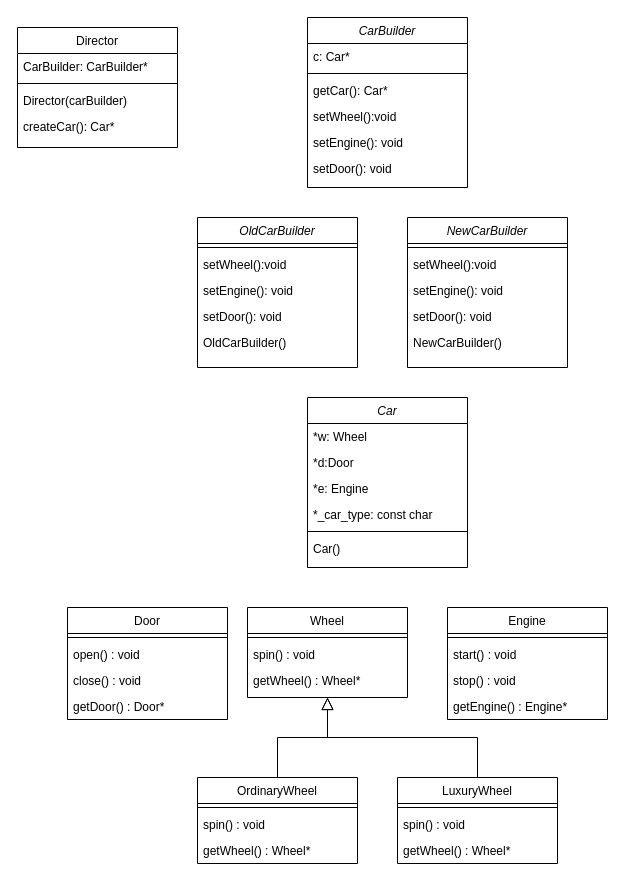
Before: Builder.drawio in sachinpalande/Design-Patterns, a draw.io diagram. Source tidied: cells renumbered, new cells numbered last; positions are measured from the earlier drawing's top-left corner, leaving out a move shared by most shapes. Both pictures are drawn from the tidied source at 100%, with x=0, y=0 at pixel (17, 17).
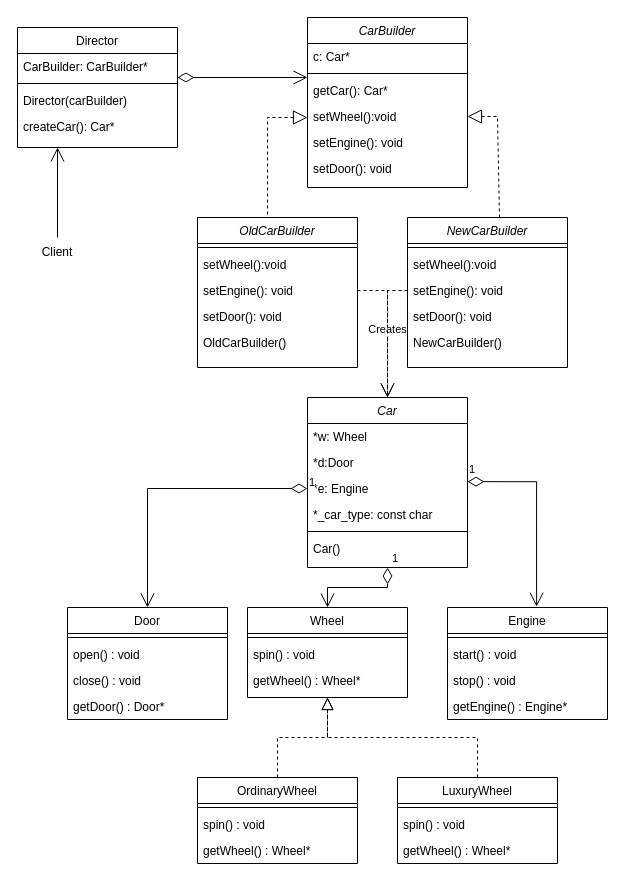
Above is the later version.

Unchanged cells that the change refers to:
```xml
<mxCell id="2" value="Director" style="swimlane;fontStyle=0;align=center;verticalAlign=top;horizontal=1;startSize=26;rounded=0;shadow=0;strokeWidth=1;" parent="1" vertex="1">
  <mxGeometry y="10" width="160" height="120" as="geometry" />
</mxCell>
<mxCell id="7" value="Car" style="swimlane;fontStyle=2;align=center;verticalAlign=top;horizontal=1;startSize=26;rounded=0;shadow=0;strokeWidth=1;" parent="1" vertex="1">
  <mxGeometry x="290" y="380" width="160" height="170" as="geometry" />
</mxCell>
<mxCell id="10" value="*e: Engine" style="text;align=left;verticalAlign=top;spacingLeft=4;spacingRight=4;overflow=hidden;points=[[0,0.5],[1,0.5]];portConstraint=eastwest;rounded=0;shadow=0;html=0;" parent="7" vertex="1">
  <mxGeometry y="78" width="160" height="26" as="geometry" />
</mxCell>
<mxCell id="14" value="Wheel" style="swimlane;fontStyle=0;align=center;verticalAlign=top;horizontal=1;startSize=26;rounded=0;shadow=0;strokeWidth=1;" parent="1" vertex="1">
  <mxGeometry x="230" y="590" width="160" height="90" as="geometry" />
</mxCell>
<mxCell id="17" value="getWheel() : Wheel*" style="text;align=left;verticalAlign=top;spacingLeft=4;spacingRight=4;overflow=hidden;points=[[0,0.5],[1,0.5]];portConstraint=eastwest;" parent="14" vertex="1">
  <mxGeometry y="60" width="160" height="26" as="geometry" />
</mxCell>
<mxCell id="18" value="LuxuryWheel" style="swimlane;fontStyle=0;align=center;verticalAlign=top;horizontal=1;startSize=26;rounded=0;shadow=0;strokeWidth=1;" parent="1" vertex="1">
  <mxGeometry x="380" y="760" width="160" height="86" as="geometry" />
</mxCell>
<mxCell id="22" value="OrdinaryWheel" style="swimlane;fontStyle=0;align=center;verticalAlign=top;horizontal=1;startSize=26;rounded=0;shadow=0;strokeWidth=1;" parent="1" vertex="1">
  <mxGeometry x="180" y="760" width="160" height="86" as="geometry" />
</mxCell>
<mxCell id="26" value="Door" style="swimlane;fontStyle=0;align=center;verticalAlign=top;horizontal=1;startSize=26;rounded=0;shadow=0;strokeWidth=1;" parent="1" vertex="1">
  <mxGeometry x="50" y="590" width="160" height="112" as="geometry" />
</mxCell>
<mxCell id="31" value="Engine" style="swimlane;fontStyle=0;align=center;verticalAlign=top;horizontal=1;startSize=26;rounded=0;shadow=0;strokeWidth=1;" parent="1" vertex="1">
  <mxGeometry x="430" y="590" width="160" height="112" as="geometry" />
</mxCell>
<mxCell id="40" value="setWheel():void " style="text;align=left;verticalAlign=top;spacingLeft=4;spacingRight=4;overflow=hidden;points=[[0,0.5],[1,0.5]];portConstraint=eastwest;rounded=0;shadow=0;html=0;" parent="36" vertex="1">
  <mxGeometry y="86" width="160" height="26" as="geometry" />
</mxCell>
<mxCell id="46" value="setEngine(): void" style="text;align=left;verticalAlign=top;spacingLeft=4;spacingRight=4;overflow=hidden;points=[[0,0.5],[1,0.5]];portConstraint=eastwest;rounded=0;shadow=0;html=0;" parent="43" vertex="1">
  <mxGeometry y="60" width="160" height="26" as="geometry" />
</mxCell>
<mxCell id="52" value="setEngine(): void" style="text;align=left;verticalAlign=top;spacingLeft=4;spacingRight=4;overflow=hidden;points=[[0,0.5],[1,0.5]];portConstraint=eastwest;rounded=0;shadow=0;html=0;" parent="49" vertex="1">
  <mxGeometry y="60" width="160" height="26" as="geometry" />
</mxCell>
```

The edit, as a diff of the source:
```diff
@@
-    <mxCell id="55" style="endArrow=block;endSize=10;endFill=0;shadow=0;strokeWidth=1;rounded=0;edgeStyle=elbowEdgeStyle;elbow=vertical;exitX=0.5;exitY=0;exitDx=0;exitDy=0;entryX=0.5;entryY=1.154;entryDx=0;entryDy=0;entryPerimeter=0;" parent="1" edge="1" source="22" target="17">
+    <mxCell id="55" style="endArrow=block;endSize=10;endFill=0;shadow=0;strokeWidth=1;rounded=0;edgeStyle=elbowEdgeStyle;elbow=vertical;exitX=0.5;exitY=0;exitDx=0;exitDy=0;entryX=0.5;entryY=1.154;entryDx=0;entryDy=0;entryPerimeter=0;dashed=1;" parent="1" edge="1" source="22" target="17">
       <mxGeometry relative="1" as="geometry" />
     </mxCell>
-    <mxCell id="56" style="endArrow=block;endSize=10;endFill=0;shadow=0;strokeWidth=1;rounded=0;edgeStyle=elbowEdgeStyle;elbow=vertical;exitX=0.5;exitY=0;exitDx=0;exitDy=0;" parent="1" edge="1" source="18">
+    <mxCell id="56" style="endArrow=block;endSize=10;endFill=0;shadow=0;strokeWidth=1;rounded=0;edgeStyle=elbowEdgeStyle;elbow=vertical;exitX=0.5;exitY=0;exitDx=0;exitDy=0;dashed=1;" parent="1" edge="1" source="18">
       <mxGeometry relative="1" as="geometry">
         <mxPoint x="310" y="680" as="targetPoint" />
       </mxGeometry>
     </mxCell>
+    <mxCell id="57" value="1" style="endArrow=open;html=1;endSize=12;startArrow=diamondThin;startSize=14;startFill=0;edgeStyle=orthogonalEdgeStyle;align=left;verticalAlign=bottom;rounded=0;exitX=0;exitY=0.5;exitDx=0;exitDy=0;" parent="1" edge="1" source="10" target="26">
+      <mxGeometry x="-1" y="3" relative="1" as="geometry" />
+    </mxCell>
+    <mxCell id="58" value="1" style="endArrow=open;html=1;endSize=12;startArrow=diamondThin;startSize=14;startFill=0;edgeStyle=orthogonalEdgeStyle;align=left;verticalAlign=bottom;rounded=0;entryX=0.557;entryY=-0.007;entryDx=0;entryDy=0;entryPerimeter=0;exitX=1;exitY=0.237;exitDx=0;exitDy=0;exitPerimeter=0;" parent="1" edge="1" source="10" target="31">
+      <mxGeometry x="-1" y="3" relative="1" as="geometry" />
+    </mxCell>
+    <mxCell id="59" value="1" style="endArrow=open;html=1;endSize=12;startArrow=diamondThin;startSize=14;startFill=0;edgeStyle=orthogonalEdgeStyle;align=left;verticalAlign=bottom;rounded=0;exitX=0.5;exitY=1;exitDx=0;exitDy=0;" parent="1" edge="1" source="7" target="14">
+      <mxGeometry x="-1" y="3" relative="1" as="geometry" />
+    </mxCell>
+    <mxCell id="60" value="Creates" style="endArrow=open;endSize=12;dashed=1;html=1;rounded=0;exitX=1;exitY=0.5;exitDx=0;exitDy=0;entryX=0.5;entryY=0;entryDx=0;entryDy=0;" parent="1" edge="1" source="46" target="7">
+      <mxGeometry relative="1" as="geometry">
+        <Array as="points">
+          <mxPoint x="370" y="273" />
+        </Array>
+      </mxGeometry>
+    </mxCell>
+    <mxCell id="61" style="endArrow=open;endSize=12;dashed=1;html=1;rounded=0;exitX=0;exitY=0.5;exitDx=0;exitDy=0;" parent="1" edge="1" source="52">
+      <mxGeometry relative="1" as="geometry">
+        <mxPoint x="370" y="380" as="targetPoint" />
+        <Array as="points">
+          <mxPoint x="370" y="273" />
+        </Array>
+      </mxGeometry>
+    </mxCell>
+    <mxCell id="62" style="endArrow=block;dashed=1;endFill=0;endSize=12;html=1;rounded=0;" parent="1" edge="1">
+      <mxGeometry relative="1" as="geometry">
+        <mxPoint x="250" y="197" as="sourcePoint" />
+        <mxPoint x="290" y="100" as="targetPoint" />
+        <Array as="points">
+          <mxPoint x="250" y="100" />
+        </Array>
+      </mxGeometry>
+    </mxCell>
+    <mxCell id="63" style="endArrow=block;dashed=1;endFill=0;endSize=12;html=1;rounded=0;entryX=1;entryY=0.5;entryDx=0;entryDy=0;exitX=0.453;exitY=-0.017;exitDx=0;exitDy=0;exitPerimeter=0;" parent="1" edge="1" target="40">
+      <mxGeometry relative="1" as="geometry">
+        <mxPoint x="482" y="200" as="sourcePoint" />
+        <Array as="points">
+          <mxPoint x="480" y="99" />
+        </Array>
+      </mxGeometry>
+    </mxCell>
+    <mxCell id="64" style="endArrow=open;html=1;endSize=12;startArrow=diamondThin;startSize=14;startFill=0;edgeStyle=orthogonalEdgeStyle;align=left;verticalAlign=bottom;rounded=0;" parent="1" edge="1">
+      <mxGeometry x="-1" y="3" relative="1" as="geometry">
+        <mxPoint x="160" y="60" as="sourcePoint" />
+        <mxPoint x="290" y="60" as="targetPoint" />
+      </mxGeometry>
+    </mxCell>
+    <mxCell id="65" value="Client" style="text;html=1;align=center;verticalAlign=middle;whiteSpace=wrap;rounded=0;" parent="1" vertex="1">
+      <mxGeometry x="10" y="220" width="60" height="30" as="geometry" />
+    </mxCell>
+    <mxCell id="66" style="endArrow=open;endFill=1;endSize=12;html=1;rounded=0;exitX=0.5;exitY=0;exitDx=0;exitDy=0;entryX=0.25;entryY=1;entryDx=0;entryDy=0;" parent="1" edge="1" source="65" target="2">
+      <mxGeometry relative="1" as="geometry" />
+    </mxCell>
```
